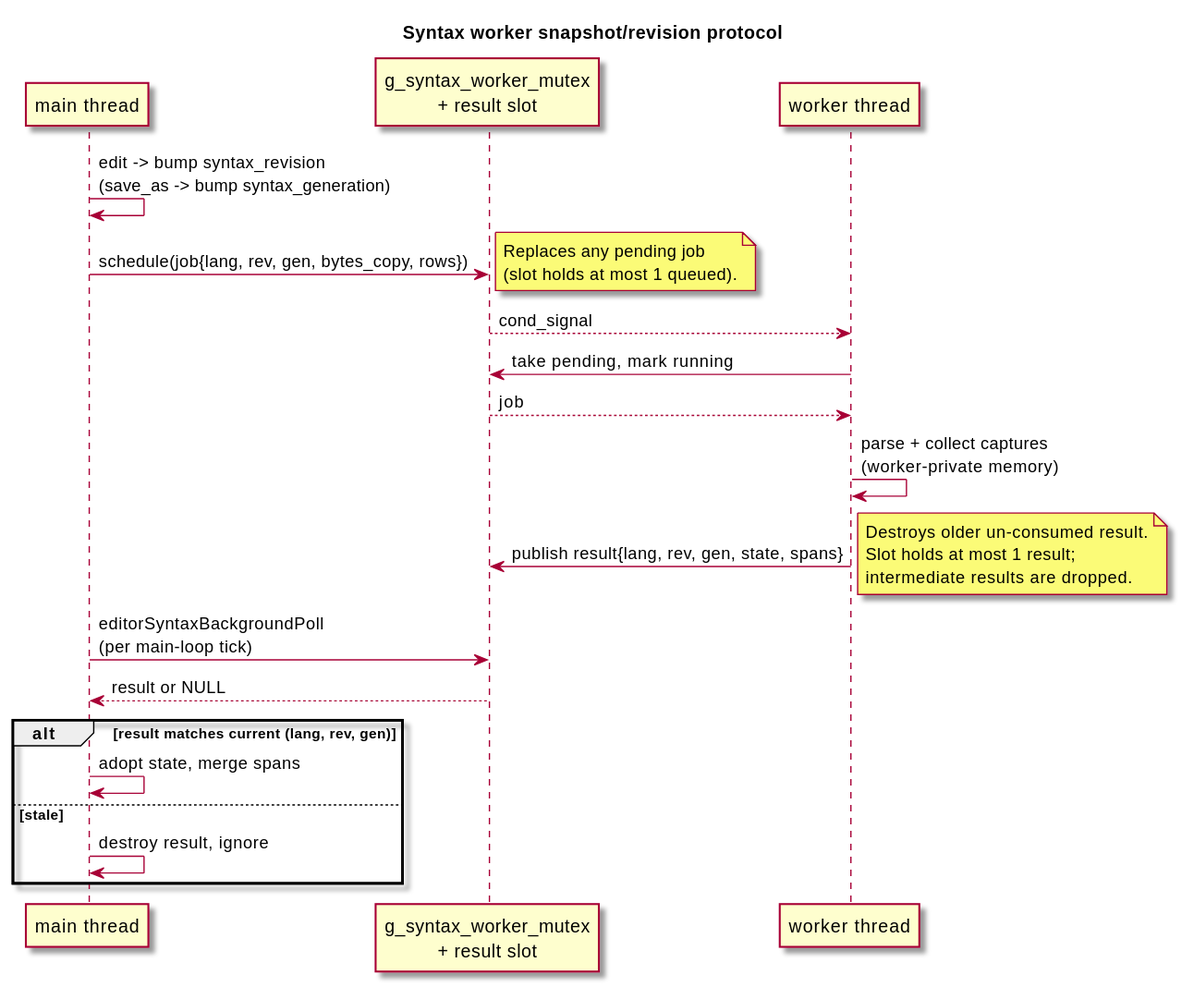
Above: docs/diagrams/svg/syntax-worker.svg in kokkoniemi/rotide (PlantUML), before the change. Its source is kept beside it as docs/diagrams/src/syntax-worker.puml. Its diagram source:
```plantuml
@startuml
skin rose
skinparam backgroundColor #FFFFFF
title Syntax worker snapshot/revision protocol

participant "main thread" as main
participant "g_syntax_worker_mutex\n+ result slot" as slot
participant "worker thread" as worker

main -> main : edit -> bump syntax_revision\n(save_as -> bump syntax_generation)
main -> slot : schedule(job{lang, rev, gen, bytes_copy, rows})
note right
  Replaces any pending job
  (slot holds at most 1 queued).
end note
slot --> worker : cond_signal

worker -> slot : take pending, mark running
slot --> worker : job
worker -> worker : parse + collect captures\n(worker-private memory)
worker -> slot : publish result{lang, rev, gen, state, spans}
note right
  Destroys older un-consumed result.
  Slot holds at most 1 result;
  intermediate results are dropped.
end note

main -> slot : editorSyntaxBackgroundPoll\n(per main-loop tick)
slot --> main : result or NULL
alt result matches current (lang, rev, gen)
  main -> main : adopt state, merge spans
else stale
  main -> main : destroy result, ignore
end

@enduml
```
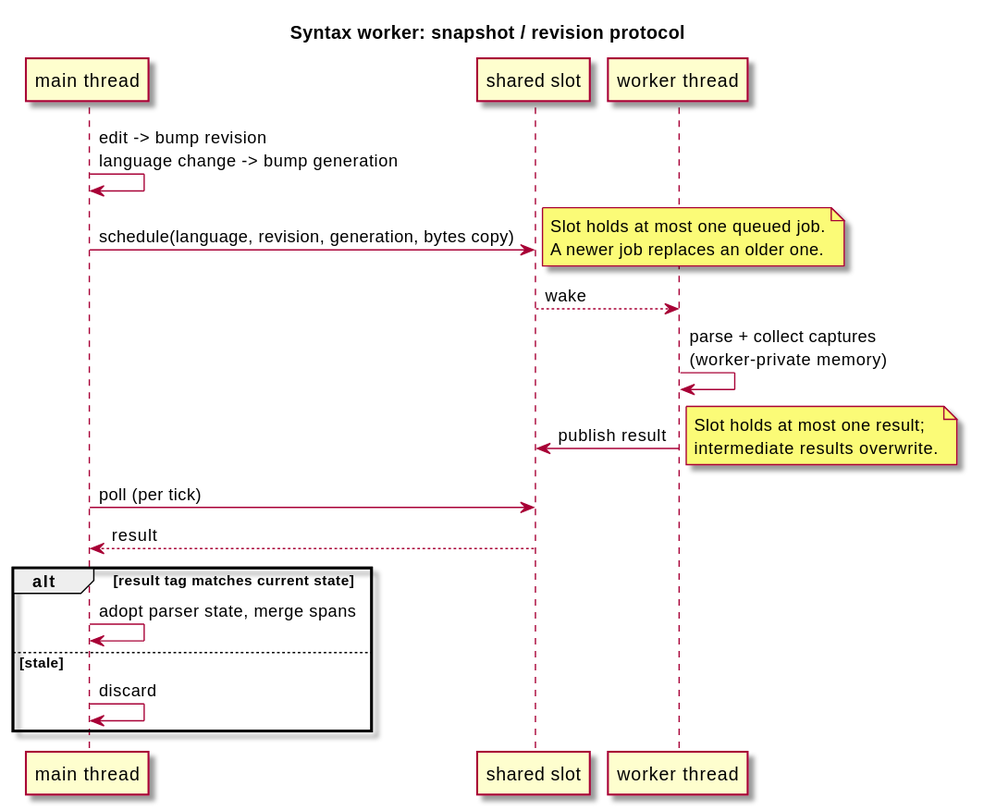
The same diagram one commit later.

Change to the diagram source:
```diff
@@ -1,36 +1,33 @@
 @startuml
 skin rose
 skinparam backgroundColor #FFFFFF
-title Syntax worker snapshot/revision protocol
+title Syntax worker: snapshot / revision protocol
 
 participant "main thread" as main
-participant "g_syntax_worker_mutex\n+ result slot" as slot
+participant "shared slot" as slot
 participant "worker thread" as worker
 
-main -> main : edit -> bump syntax_revision\n(save_as -> bump syntax_generation)
-main -> slot : schedule(job{lang, rev, gen, bytes_copy, rows})
+main -> main : edit -> bump revision\nlanguage change -> bump generation
+main -> slot : schedule(language, revision, generation, bytes copy)
 note right
-  Replaces any pending job
-  (slot holds at most 1 queued).
+  Slot holds at most one queued job.
+  A newer job replaces an older one.
 end note
-slot --> worker : cond_signal
+slot --> worker : wake
 
-worker -> slot : take pending, mark running
-slot --> worker : job
 worker -> worker : parse + collect captures\n(worker-private memory)
-worker -> slot : publish result{lang, rev, gen, state, spans}
+worker -> slot : publish result
 note right
-  Destroys older un-consumed result.
-  Slot holds at most 1 result;
-  intermediate results are dropped.
+  Slot holds at most one result;
+  intermediate results overwrite.
 end note
 
-main -> slot : editorSyntaxBackgroundPoll\n(per main-loop tick)
-slot --> main : result or NULL
-alt result matches current (lang, rev, gen)
-  main -> main : adopt state, merge spans
+main -> slot : poll (per tick)
+slot --> main : result
+alt result tag matches current state
+  main -> main : adopt parser state, merge spans
 else stale
-  main -> main : destroy result, ignore
+  main -> main : discard
 end
 
 @enduml
```
